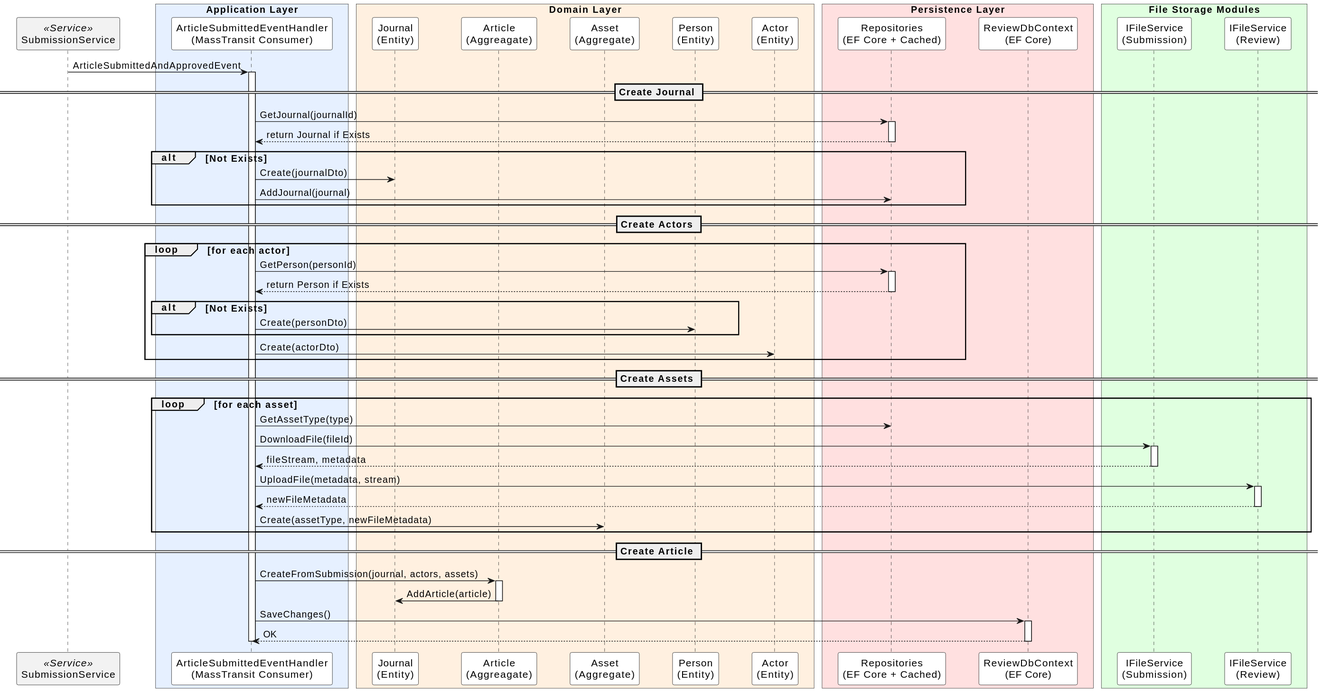
Earlier version of the PlantUML export docs/architecture/services/Review/C4-L3-ArticleSubmitted-Sequence.svg (ldumit/Articles).
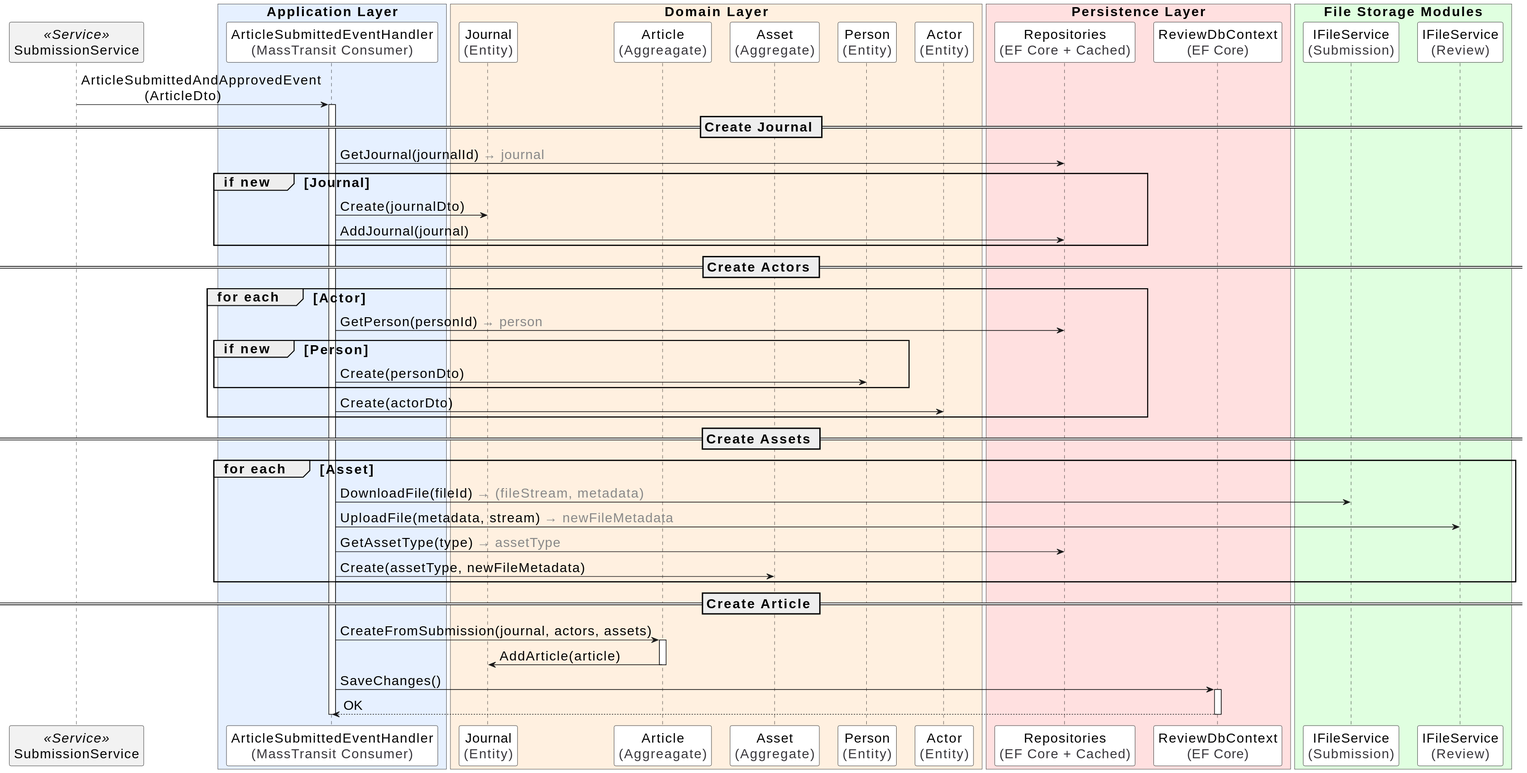
Above is the later version.

Commit message:
[Architecture] minor tweaks

Change to the diagram source:
```diff
@@ -1,77 +1,72 @@
 @startuml
-skinparam DefaultFontSize 14
+!define MUTED(x) <color:#888888>x</color>
+!define GRAY(x) <color:#38363b>x</color>
+
+skinparam DefaultFontSize 20
 skinparam participant {
-  FontSize 15
+  FontSize 20
   BackgroundColor White
   BorderColor Black
 }
 
-skinparam ParticipantPadding 20
-skinparam BoxPadding 5
+
+skinparam ParticipantPadding 9
+skinparam BoxPadding 2
 skinparam BboxBorderThickness 1
 
 skinparam ParticipantBackgroundColor<<Service>> #F2F2F2
 participant SubmissionService as "SubmissionService" <<Service>>
 
 box " Application Layer " #E6F0FF
-  participant Handler as "ArticleSubmittedEventHandler\n(MassTransit Consumer)"
+  participant Handler as "ArticleSubmittedEventHandler\nGRAY((MassTransit Consumer))"
 end box
 
 box " Domain Layer " #FFF0E0
-  participant Journal as "Journal\n(Entity)"
-  participant Article as "Article\n(Aggreagate)"
-  participant Asset as "Asset\n(Aggregate)"
-  participant Person as "Person\n(Entity)"
-  participant Actor as "Actor\n(Entity)"
+  participant Journal as "Journal\nGRAY((Entity))"
+  participant Article as "Article\nGRAY((Aggreagate))"
+  participant Asset as "Asset\nGRAY((Aggregate))"
+  participant Person as "Person\nGRAY((Entity))"
+  participant Actor as "Actor\nGRAY((Entity))"
 end box
 
 box " Persistence Layer " #FFE0E0
-  participant Repositories as "Repositories\n(EF Core + Cached)"
-  participant DbContext as "ReviewDbContext\n(EF Core)"
+  participant Repositories as "Repositories\nGRAY((EF Core + Cached))"
+  participant DbContext as "ReviewDbContext\nGRAY((EF Core))"
 end box
 
 box " File Storage Modules " #E0FFE0
-  participant SubmissionFS as "IFileService\n(Submission)"
-  participant ReviewFS as "IFileService\n(Review)"
+  participant SubmissionFS as "IFileService\nGRAY((Submission))"
+  participant ReviewFS as "IFileService\nGRAY((Review))"
 end box
 
-SubmissionService -> Handler : ArticleSubmittedAndApprovedEvent
+SubmissionService -> Handler : ArticleSubmittedAndApprovedEvent\n               (ArticleDto)
 activate Handler
 
 == Create Journal ==
-Handler -> Repositories : GetJournal(journalId)
-activate Repositories
-Repositories --> Handler : return Journal if Exists
-deactivate Repositories
+Handler -> Repositories : GetJournal(journalId) MUTED(→ journal)
 
-alt Not Exists
+group if new [Journal]
   Handler -> Journal : Create(journalDto)
   Handler -> Repositories : AddJournal(journal)
 end
 
+
 == Create Actors ==
-loop for each actor
-  Handler -> Repositories : GetPerson(personId)
-  activate Repositories
-  Repositories --> Handler : return Person if Exists
-  deactivate Repositories
-  alt Not Exists
+group for each [Actor]
+  Handler -> Repositories : GetPerson(personId) MUTED(→ person)
+  group if new [Person]
     Handler -> Person : Create(personDto)
   end
+
+
   Handler -> Actor : Create(actorDto)
 end
 
 == Create Assets ==
-loop for each asset
-  Handler -> Repositories : GetAssetType(type)
-  Handler -> SubmissionFS : DownloadFile(fileId)
-  activate SubmissionFS
-  SubmissionFS --> Handler : fileStream, metadata
-  deactivate SubmissionFS
-  Handler -> ReviewFS : UploadFile(metadata, stream)
-  activate ReviewFS
-  ReviewFS --> Handler : newFileMetadata
-  deactivate ReviewFS
+group for each [Asset]
+  Handler -> SubmissionFS : DownloadFile(fileId) <color:#888>→ (fileStream, metadata)</color>
+  Handler -> ReviewFS : UploadFile(metadata, stream) <color:#888>→ newFileMetadata</color>
+  Handler -> Repositories : GetAssetType(type) <color:#888>→ assetType</color>
   Handler -> Asset : Create(assetType, newFileMetadata)
 end
 
```
